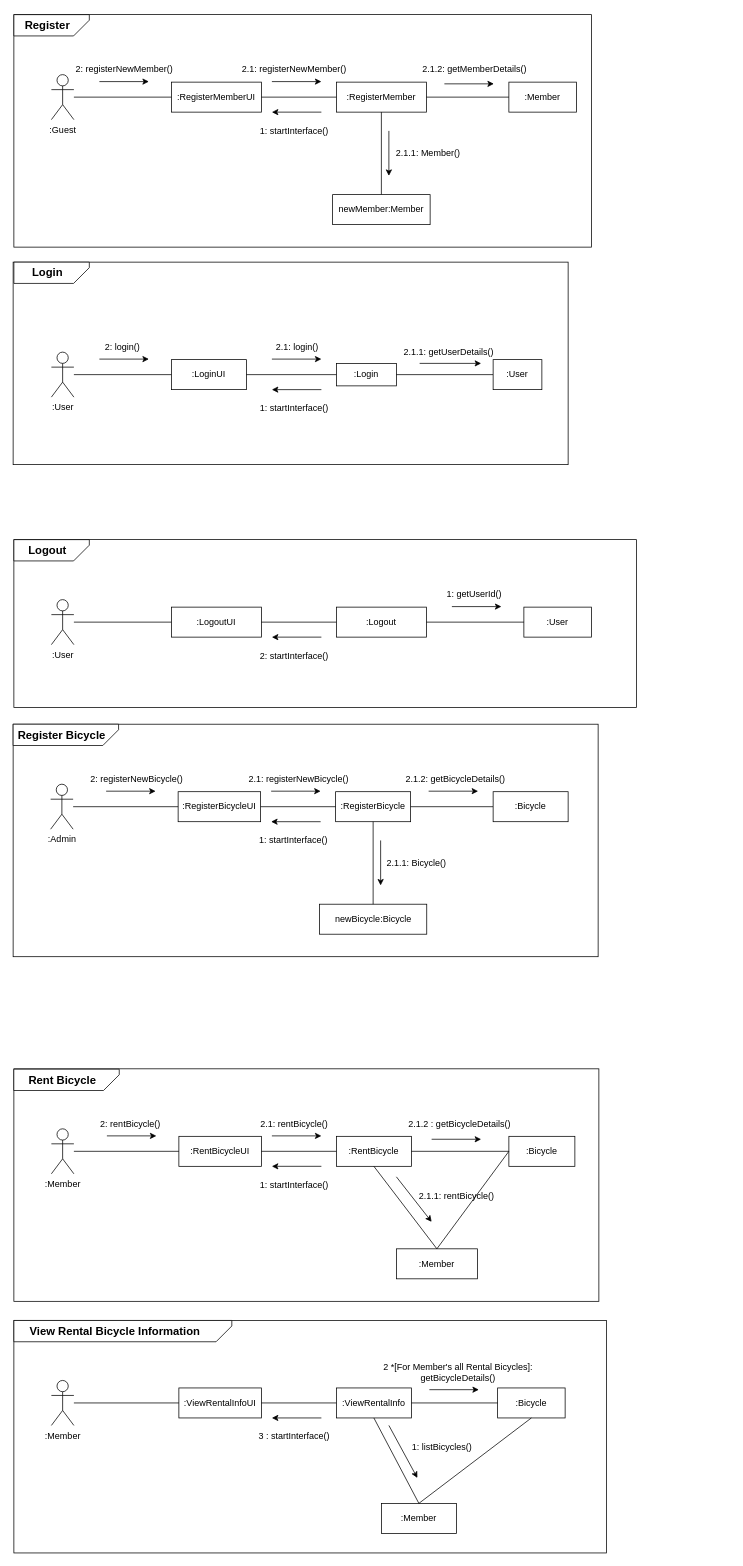
Before: Communication_Diagram.drawio in MODUGGAGI/homework, a draw.io diagram. Source tidied: cells renumbered, new cells numbered last; positions are measured from the earlier drawing's top-left corner, leaving out a move shared by most shapes. Both pictures are drawn from the tidied source at 75%, with x=0, y=0 at pixel (13, -13).
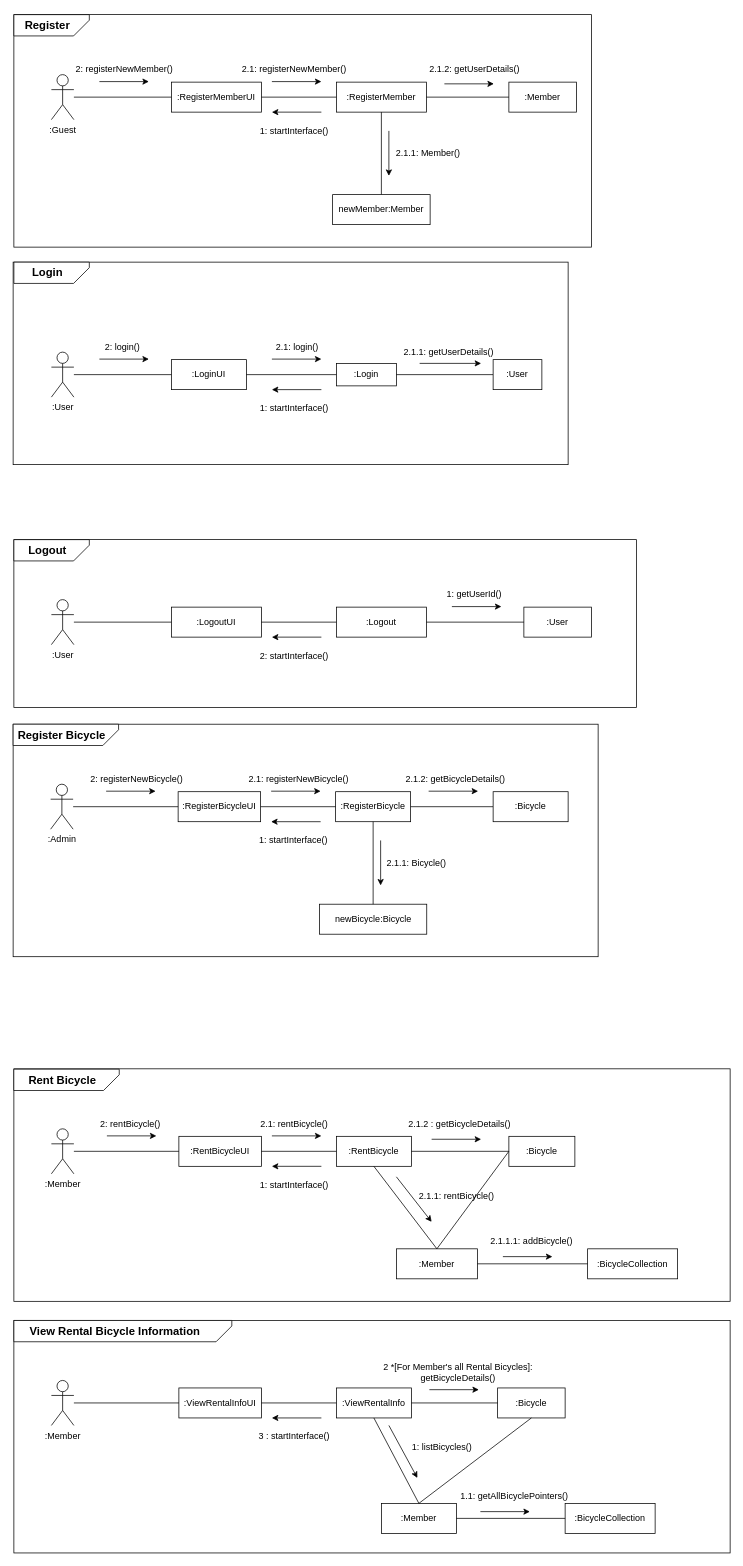
The same diagram, later.

Commit message (it also covers changes not shown here):
다이어그램 수정

Unchanged cells that the change refers to:
```xml
<mxCell id="87" value=":Member" style="rounded=0;whiteSpace=wrap;html=1;" parent="1" vertex="1">
  <mxGeometry x="511" y="1681.6" width="108" height="40" as="geometry" />
</mxCell>
<mxCell id="117" value=":Member" style="rounded=0;whiteSpace=wrap;html=1;" parent="1" vertex="1">
  <mxGeometry x="491" y="2021" width="100" height="40" as="geometry" />
</mxCell>
```

The edit, as a diff of the source:
```diff
@@
-    <mxCell id="24" value="2.1.2: getMemberDetails()" style="text;html=1;align=center;verticalAlign=middle;whiteSpace=wrap;rounded=0;" parent="1" vertex="1">
+    <mxCell id="24" value="2.1.2: getUserDetails()" style="text;html=1;align=center;verticalAlign=middle;whiteSpace=wrap;rounded=0;" parent="1" vertex="1">
       <mxGeometry x="521" y="94" width="189" height="30" as="geometry" />
     </mxCell>
@@
     <mxCell id="81" style="rounded=0;whiteSpace=wrap;html=1;" parent="1" vertex="1">
-      <mxGeometry x="1" y="1441.6" width="780" height="310" as="geometry" />
+      <mxGeometry x="1" y="1441.6" width="955" height="310" as="geometry" />
     </mxCell>
@@
     <mxCell id="104" style="rounded=0;whiteSpace=wrap;html=1;" parent="1" vertex="1">
-      <mxGeometry x="1" y="1777.1" width="790" height="310" as="geometry" />
+      <mxGeometry x="1" y="1777.1" width="955" height="310" as="geometry" />
     </mxCell>
@@
+    <mxCell id="123" value=":BicycleCollection" style="rounded=0;whiteSpace=wrap;html=1;" parent="1" vertex="1">
+      <mxGeometry x="766" y="1681.6" width="120" height="40" as="geometry" />
+    </mxCell>
+    <mxCell id="124" style="endArrow=none;html=1;rounded=0;entryX=0;entryY=0.5;entryDx=0;entryDy=0;exitX=1;exitY=0.5;exitDx=0;exitDy=0;" parent="1" edge="1" source="87" target="123">
+      <mxGeometry relative="1" as="geometry" />
+    </mxCell>
+    <mxCell id="125" value="2.1.1.1: addBicycle()" style="text;html=1;align=center;verticalAlign=middle;whiteSpace=wrap;rounded=0;" parent="1" vertex="1">
+      <mxGeometry x="619.5" y="1656" width="143" height="30" as="geometry" />
+    </mxCell>
+    <mxCell id="126" style="endArrow=classic;html=1;rounded=0;" parent="1" edge="1">
+      <mxGeometry relative="1" as="geometry">
+        <mxPoint x="653" y="1692" as="sourcePoint" />
+        <mxPoint x="719" y="1692" as="targetPoint" />
+      </mxGeometry>
+    </mxCell>
+    <mxCell id="127" value=":BicycleCollection" style="rounded=0;whiteSpace=wrap;html=1;" parent="1" vertex="1">
+      <mxGeometry x="736" y="2021" width="120" height="40" as="geometry" />
+    </mxCell>
+    <mxCell id="128" style="endArrow=none;html=1;rounded=0;entryX=0;entryY=0.5;entryDx=0;entryDy=0;exitX=1;exitY=0.5;exitDx=0;exitDy=0;" parent="1" edge="1" source="117" target="127">
+      <mxGeometry relative="1" as="geometry" />
+    </mxCell>
+    <mxCell id="129" value="1.1: getAllBicyclePointers()" style="text;html=1;align=center;verticalAlign=middle;whiteSpace=wrap;rounded=0;" parent="1" vertex="1">
+      <mxGeometry x="589.5" y="1996" width="156.5" height="30" as="geometry" />
+    </mxCell>
+    <mxCell id="130" style="endArrow=classic;html=1;rounded=0;" parent="1" edge="1">
+      <mxGeometry relative="1" as="geometry">
+        <mxPoint x="623" y="2032" as="sourcePoint" />
+        <mxPoint x="689" y="2032" as="targetPoint" />
+      </mxGeometry>
+    </mxCell>
```
